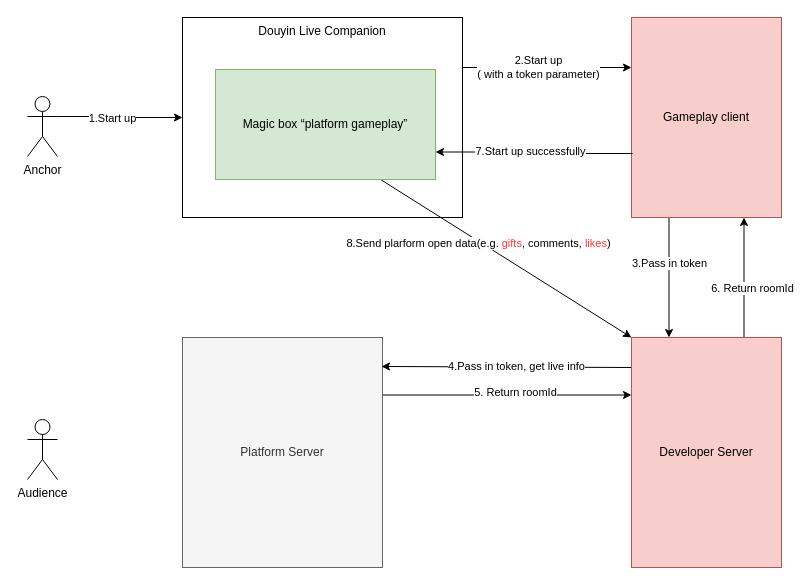
yaohuiwu/SimpleFS keeps this draw.io diagram as 抖音小玩法接入.drawio. Above is the earlier version. Source tidied: cells renumbered, new cells numbered last; positions are measured from the earlier drawing's top-left corner, leaving out a move shared by most shapes. Both pictures are drawn from the tidied source at 100%, with x=0, y=0 at pixel (27, 17).
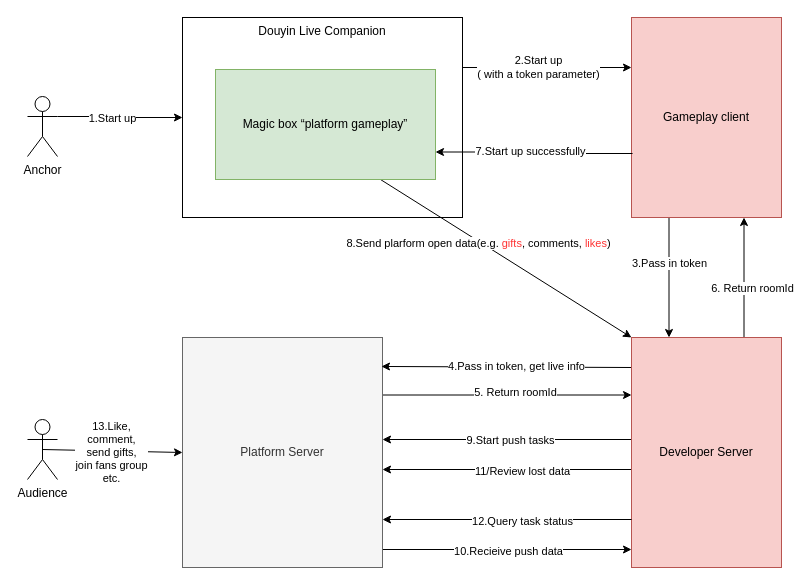
The same diagram, later.

Commit message (it also covers changes not shown here):
更新抖音小玩法接入.drawio

Unchanged cells that the change refers to:
```xml
<mxCell id="13" value="Platform Server" style="rounded=0;whiteSpace=wrap;html=1;fillColor=#f5f5f5;strokeColor=#666666;fontColor=#333333;" parent="1" vertex="1">
  <mxGeometry x="155" y="320" width="200" height="230" as="geometry" />
</mxCell>
<mxCell id="19" value="Audience" style="shape=umlActor;verticalLabelPosition=bottom;verticalAlign=top;html=1;outlineConnect=0;" parent="1" vertex="1">
  <mxGeometry y="402" width="30" height="60" as="geometry" />
</mxCell>
```

The edit, as a diff of the source:
```diff
@@
+    <mxCell id="25" style="edgeStyle=none;rounded=0;orthogonalLoop=1;jettySize=auto;html=1;exitX=1;exitY=0.75;exitDx=0;exitDy=0;entryX=0;entryY=0.75;entryDx=0;entryDy=0;" parent="1" edge="1">
+      <mxGeometry relative="1" as="geometry">
+        <mxPoint x="355" y="532" as="sourcePoint" />
+        <mxPoint x="604" y="532" as="targetPoint" />
+      </mxGeometry>
+    </mxCell>
+    <mxCell id="26" value="10.Recieive push data" style="edgeLabel;html=1;align=center;verticalAlign=middle;" parent="25" vertex="1">
+      <mxGeometry x="-0.26" y="-1" relative="1" as="geometry">
+        <mxPoint x="33" as="offset" />
+      </mxGeometry>
+    </mxCell>
@@
+    <mxCell id="27" style="edgeStyle=orthogonalEdgeStyle;rounded=0;orthogonalLoop=1;jettySize=auto;html=1;exitX=0;exitY=0.5;exitDx=0;exitDy=0;entryX=1;entryY=0.5;entryDx=0;entryDy=0;" parent="1" edge="1">
+      <mxGeometry relative="1" as="geometry">
+        <mxPoint x="604" y="422" as="sourcePoint" />
+        <mxPoint x="355" y="422" as="targetPoint" />
+      </mxGeometry>
+    </mxCell>
+    <mxCell id="28" value="9.Start push tasks" style="edgeLabel;html=1;align=center;verticalAlign=middle;" parent="27" vertex="1">
+      <mxGeometry x="-0.02" relative="1" as="geometry" />
+    </mxCell>
+    <mxCell id="29" style="edgeStyle=none;rounded=0;orthogonalLoop=1;jettySize=auto;html=1;exitX=0;exitY=0.75;exitDx=0;exitDy=0;entryX=1;entryY=0.75;entryDx=0;entryDy=0;" parent="1" edge="1">
+      <mxGeometry relative="1" as="geometry">
+        <mxPoint x="604" y="452" as="sourcePoint" />
+        <mxPoint x="355" y="452" as="targetPoint" />
+      </mxGeometry>
+    </mxCell>
+    <mxCell id="30" value="11/Review lost data" style="edgeLabel;html=1;align=center;verticalAlign=middle;" parent="29" vertex="1">
+      <mxGeometry x="-0.12" y="1" relative="1" as="geometry" />
+    </mxCell>
@@
+    <mxCell id="31" style="edgeStyle=none;rounded=0;jettySize=auto;html=1;exitX=0.5;exitY=0.5;exitDx=0;exitDy=0;exitPerimeter=0;entryX=0;entryY=0.5;entryDx=0;entryDy=0;" parent="1" edge="1" source="19" target="13">
+      <mxGeometry relative="1" as="geometry" />
+    </mxCell>
+    <mxCell id="32" value="13.Like,&lt;br&gt;comment,&lt;br&gt;send gifts,&lt;br&gt;join fans group&lt;br&gt;etc." style="edgeLabel;html=1;align=center;verticalAlign=middle;" parent="31" vertex="1">
+      <mxGeometry x="-0.01" y="-1" relative="1" as="geometry" />
+    </mxCell>
@@
+    <mxCell id="33" style="edgeStyle=none;rounded=0;orthogonalLoop=1;jettySize=auto;html=1;exitX=0;exitY=0.75;exitDx=0;exitDy=0;entryX=1;entryY=0.75;entryDx=0;entryDy=0;" parent="1" edge="1">
+      <mxGeometry relative="1" as="geometry">
+        <mxPoint x="604" y="502" as="sourcePoint" />
+        <mxPoint x="355" y="502" as="targetPoint" />
+      </mxGeometry>
+    </mxCell>
+    <mxCell id="34" value="12.Query task status" style="edgeLabel;html=1;align=center;verticalAlign=middle;" parent="33" vertex="1">
+      <mxGeometry x="-0.12" y="1" relative="1" as="geometry" />
+    </mxCell>
```
